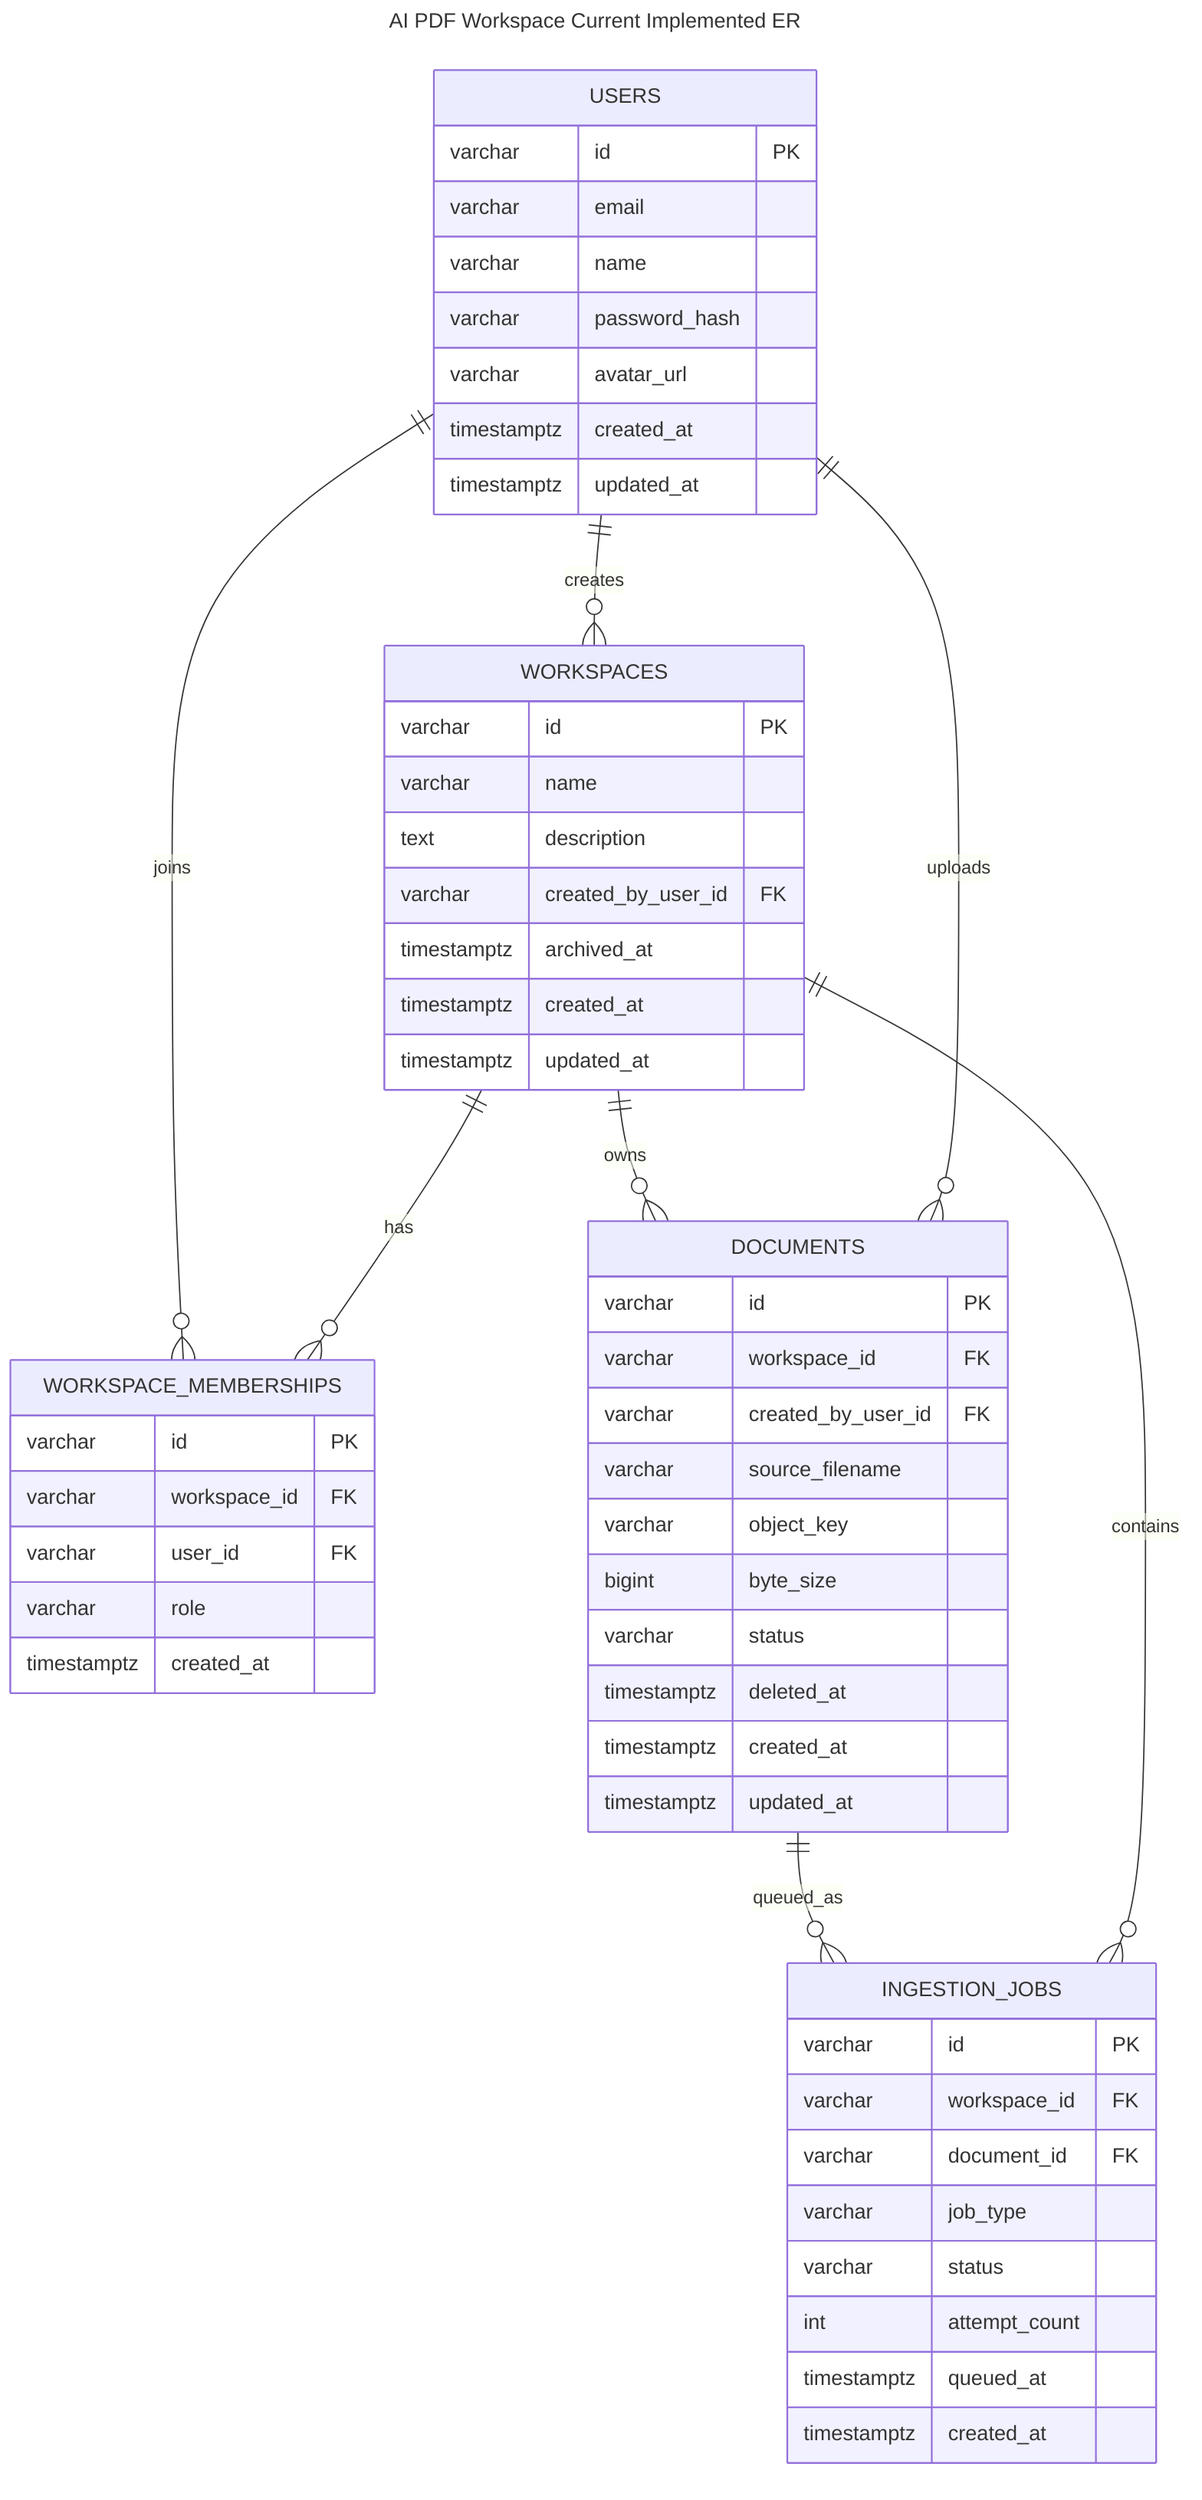
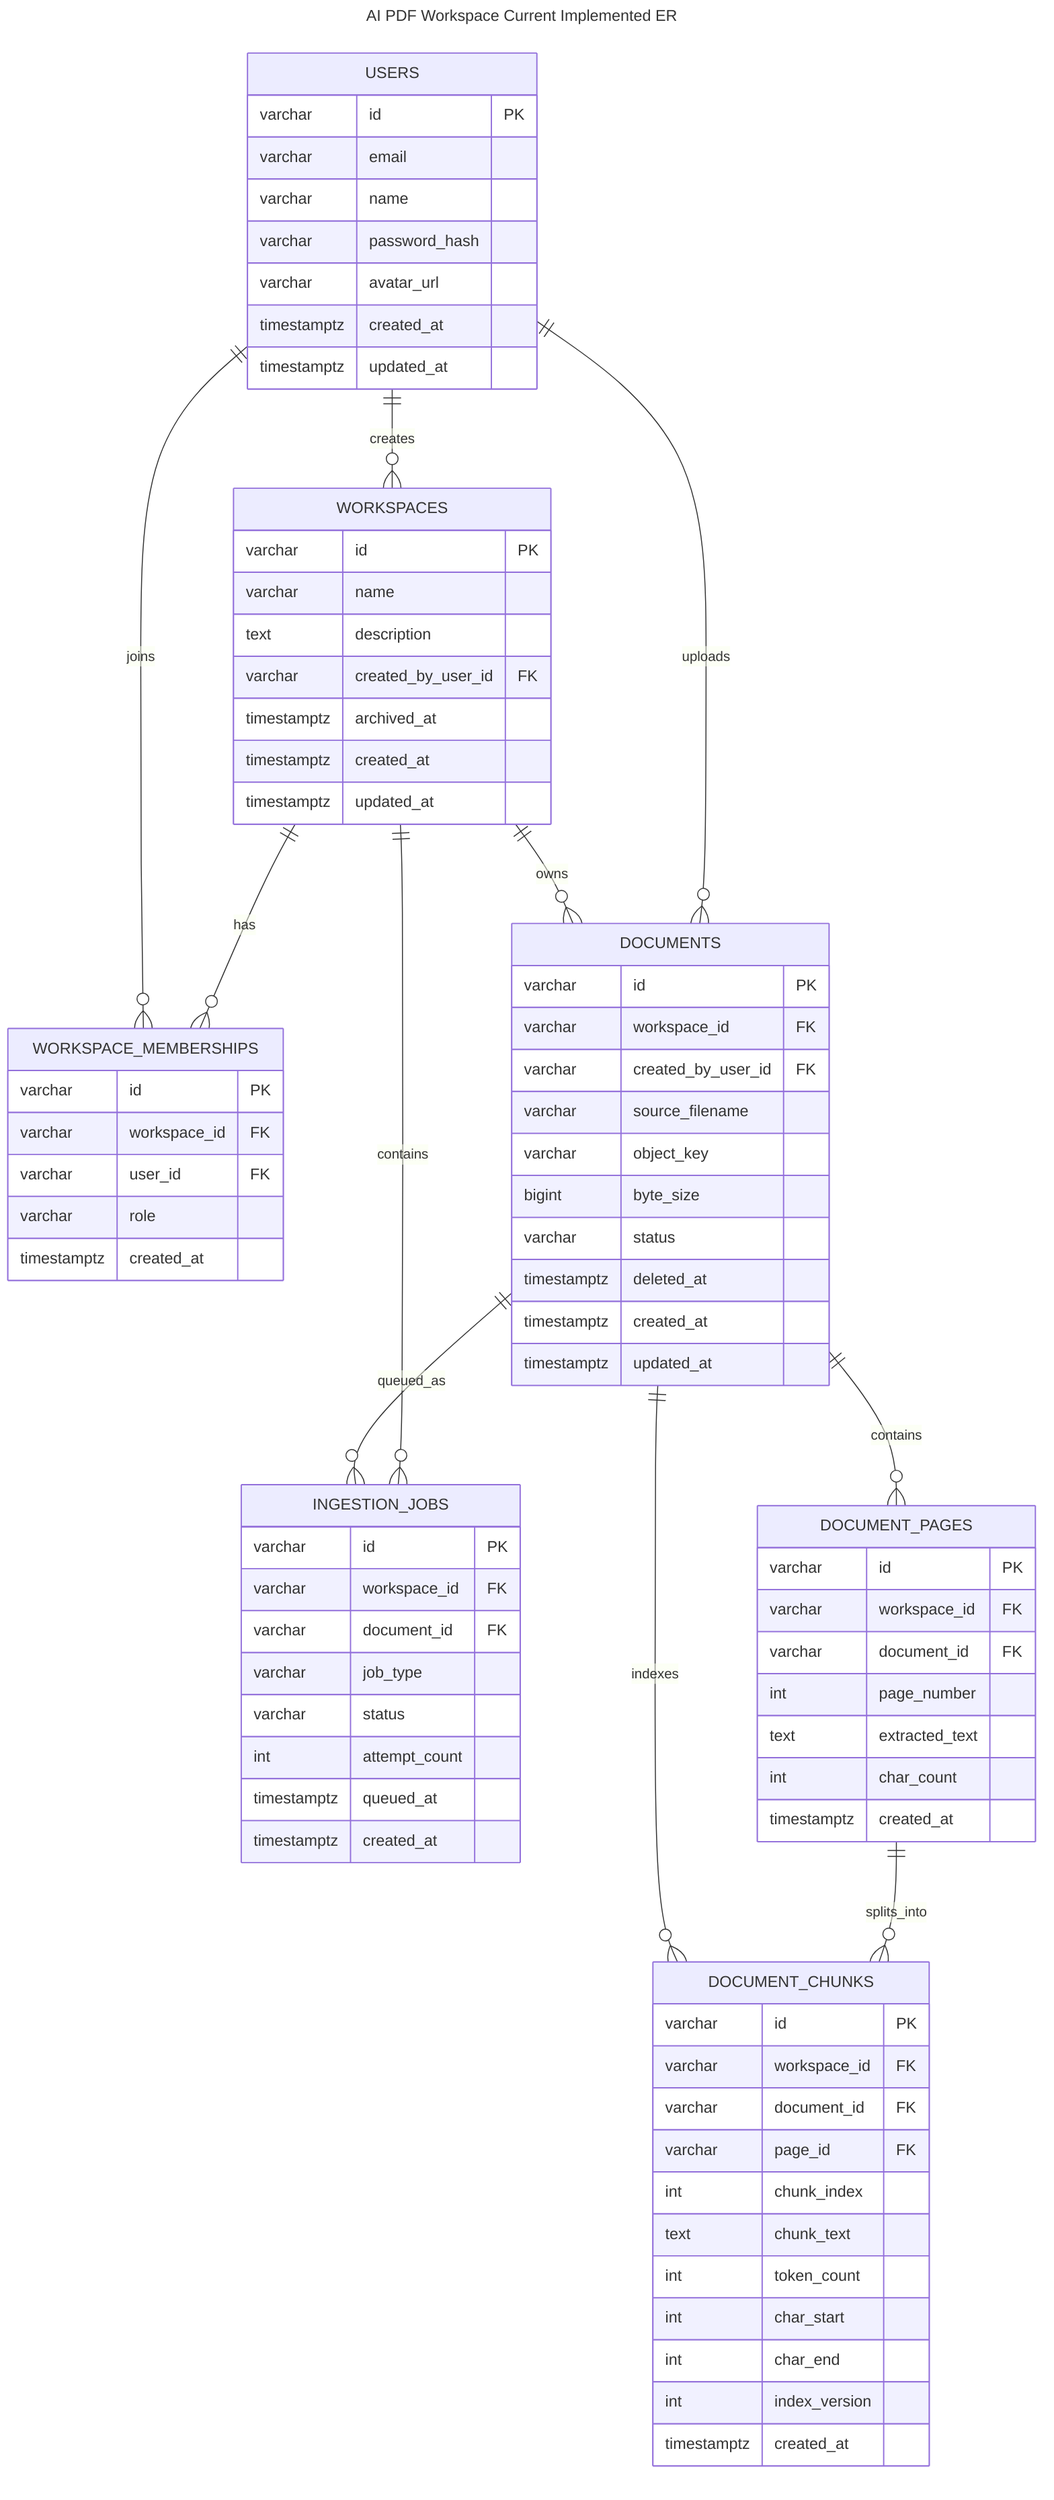
---
title: AI PDF Workspace Current Implemented ER
---
erDiagram
    USERS {
        varchar id PK
        varchar email
        varchar name
        varchar password_hash
        varchar avatar_url
        timestamptz created_at
        timestamptz updated_at
    }

    WORKSPACES {
        varchar id PK
        varchar name
        text description
        varchar created_by_user_id FK
        timestamptz archived_at
        timestamptz created_at
        timestamptz updated_at
    }

    WORKSPACE_MEMBERSHIPS {
        varchar id PK
        varchar workspace_id FK
        varchar user_id FK
        varchar role
        timestamptz created_at
    }

    DOCUMENTS {
        varchar id PK
        varchar workspace_id FK
        varchar created_by_user_id FK
        varchar source_filename
        varchar object_key
        bigint byte_size
        varchar status
        timestamptz deleted_at
        timestamptz created_at
        timestamptz updated_at
    }

    INGESTION_JOBS {
        varchar id PK
        varchar workspace_id FK
        varchar document_id FK
        varchar job_type
        varchar status
        int attempt_count
        timestamptz queued_at
        timestamptz created_at
    }

+     DOCUMENT_PAGES {
+         varchar id PK
+         varchar workspace_id FK
+         varchar document_id FK
+         int page_number
+         text extracted_text
+         int char_count
+         timestamptz created_at
+     }
+ 
+     DOCUMENT_CHUNKS {
+         varchar id PK
+         varchar workspace_id FK
+         varchar document_id FK
+         varchar page_id FK
+         int chunk_index
+         text chunk_text
+         int token_count
+         int char_start
+         int char_end
+         int index_version
+         timestamptz created_at
+     }
+ 
    USERS ||--o{ WORKSPACES : creates
    USERS ||--o{ WORKSPACE_MEMBERSHIPS : joins
    WORKSPACES ||--o{ WORKSPACE_MEMBERSHIPS : has
    WORKSPACES ||--o{ DOCUMENTS : owns
    USERS ||--o{ DOCUMENTS : uploads
    DOCUMENTS ||--o{ INGESTION_JOBS : queued_as
+     DOCUMENTS ||--o{ DOCUMENT_PAGES : contains
+     DOCUMENTS ||--o{ DOCUMENT_CHUNKS : indexes
+     DOCUMENT_PAGES ||--o{ DOCUMENT_CHUNKS : splits_into
    WORKSPACES ||--o{ INGESTION_JOBS : contains
